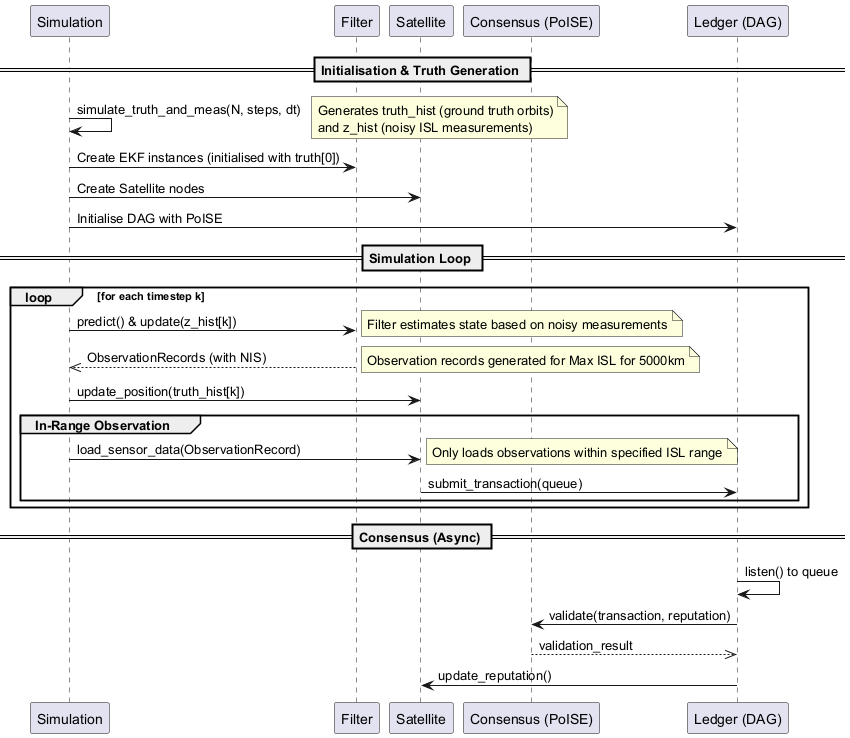
bprobert97/accord keeps this PlantUML diagram as images/system_interactions.png. Above is the earlier version.
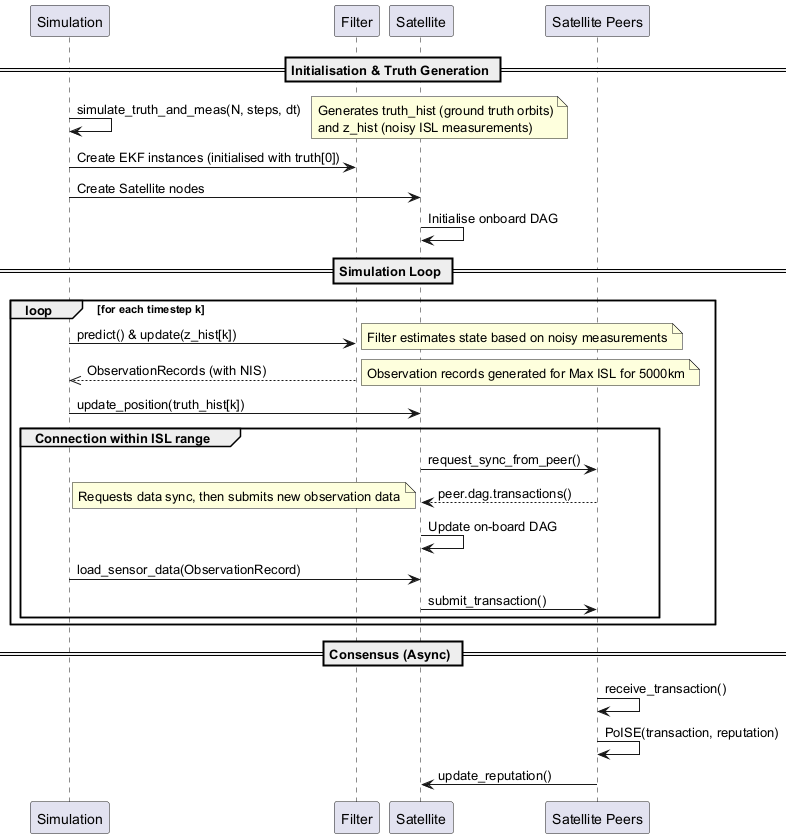
After the commit.

Commit message:
Generate new UML diagrams to describe te system of PoISE

Change to the diagram source:
```diff
@@ -3,8 +3,7 @@
 participant "Simulation" as sim
 participant "Filter" as filter
 participant "Satellite" as sat
-participant "Consensus (PoISE)" as poise
-participant "Ledger (DAG)" as dag
+participant "Satellite Peers" as peers
 
 == Initialisation & Truth Generation ==
 sim -> sim: simulate_truth_and_meas(N, steps, dt)
@@ -15,7 +14,7 @@
 
 sim -> filter: Create EKF instances (initialised with truth[0])
 sim -> sat: Create Satellite nodes
-sim -> dag: Initialise DAG with PoISE
+sat -> sat: Initialise onboard DAG
 
 == Simulation Loop ==
 
@@ -27,17 +26,20 @@
 
     sim -> sat: update_position(truth_hist[k])
 
-    group In-Range Observation
+    group Connection within ISL range
+        sat -> peers: request_sync_from_peer()
+        peers --> sat: peer.dag.transactions()
+        note left: Requests data sync, then submits new observation data
+        sat -> sat: Update on-board DAG
+
         sim -> sat: load_sensor_data(ObservationRecord)
-        note right: Only loads observations within specified ISL range
-        sat -> dag: submit_transaction(queue)
+        sat -> peers: submit_transaction()
     end
 end
 
 == Consensus (Async) ==
-dag -> dag: listen() to queue
-dag -> poise: validate(transaction, reputation)
-poise -->> dag: validation_result
-dag -> sat: update_reputation()
+peers -> peers: receive_transaction()
+peers -> peers: PoISE(transaction, reputation)
+peers -> sat: update_reputation()
 
 @enduml
```
